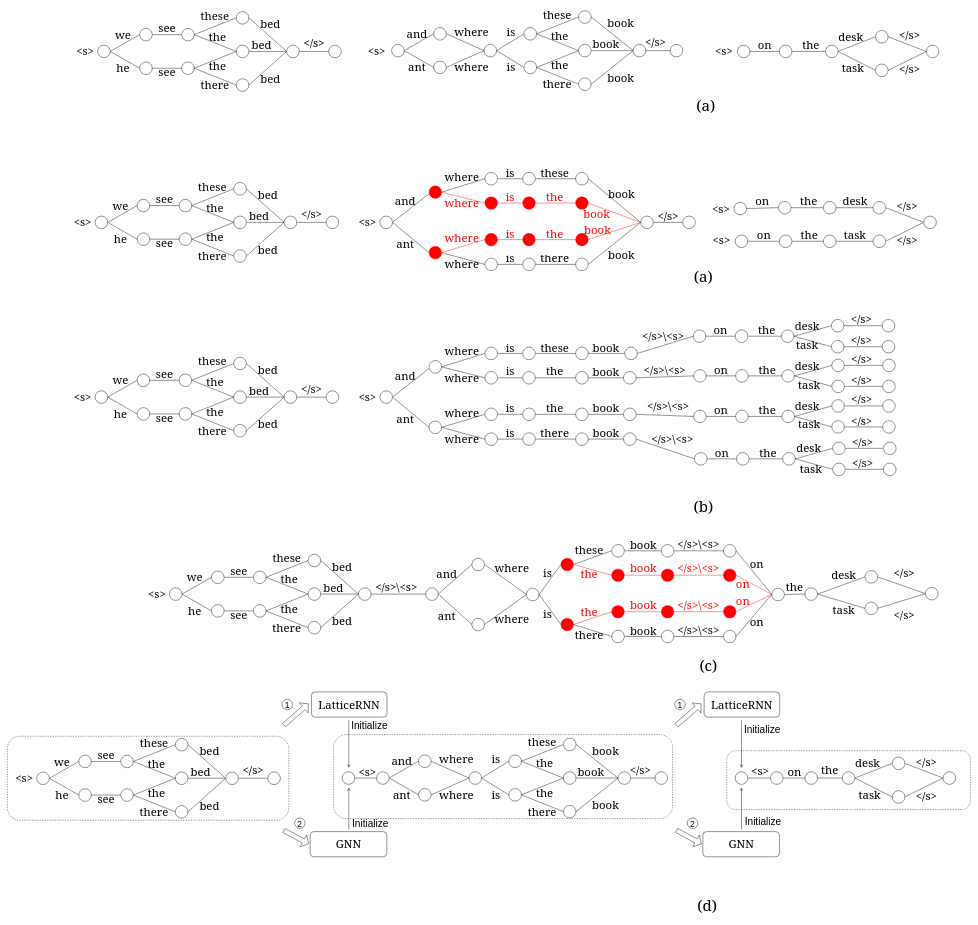
The draw.io diagram figures/Cross-Utterance LM based Lattice Rescoring.drawio in AmourWaltz/OtherProjects, before the edit. Source tidied: cells renumbered, new cells numbered last; positions are measured from the earlier drawing's top-left corner, leaving out a move shared by most shapes. Both pictures are drawn from the tidied source at 42%, with x=0, y=0 at pixel (7, 10).
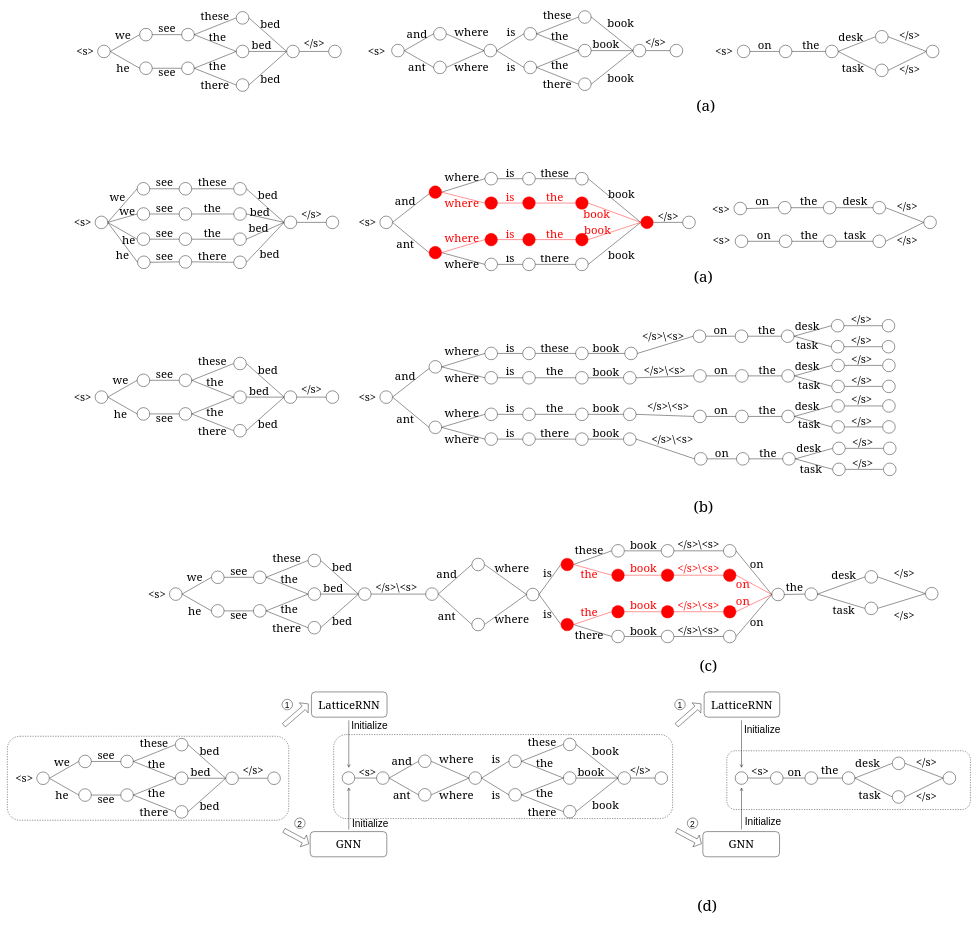
After the change.

The change refers to these unchanged cells:
```xml
<mxCell id="243" style="ellipse;whiteSpace=wrap;html=1;fontColor=#ffffff;strokeColor=#000000;fillColor=none;" parent="1" vertex="1">
  <mxGeometry x="409" y="529" width="30" height="30" as="geometry" />
</mxCell>
<mxCell id="252" style="ellipse;whiteSpace=wrap;html=1;" parent="1" vertex="1">
  <mxGeometry x="209" y="489" width="30" height="30" as="geometry" />
</mxCell>
<mxCell id="254" style="ellipse;whiteSpace=wrap;html=1;" parent="1" vertex="1">
  <mxGeometry x="659" y="489" width="30" height="30" as="geometry" />
</mxCell>
```

Change to the diagram source:
```diff
@@
-    <mxCell id="35" style="ellipse;whiteSpace=wrap;html=1;fillColor=none;" parent="1" vertex="1">
+    <mxCell id="35" style="ellipse;whiteSpace=wrap;html=1;fillColor=#FF0000;strokeColor=#FF0000;" parent="1" vertex="1">
       <mxGeometry x="1508" y="489" width="30" height="30" as="geometry" />
     </mxCell>
@@
     <mxCell id="237" style="ellipse;whiteSpace=wrap;html=1;fontColor=#ffffff;strokeColor=#000000;fillColor=none;" parent="1" vertex="1">
-      <mxGeometry x="309" y="449" width="30" height="30" as="geometry" />
+      <mxGeometry x="309" y="409" width="30" height="30" as="geometry" />
     </mxCell>
@@
-    <mxCell id="239" style="edgeStyle=none;rounded=0;jettySize=auto;html=1;exitX=1;exitY=0.5;exitDx=0;exitDy=0;entryX=0;entryY=0.5;entryDx=0;entryDy=0;endArrow=none;endFill=0;strokeColor=#000000;fillColor=#e51400;" parent="1" edge="1" source="240" target="247">
+    <mxCell id="239" style="edgeStyle=none;rounded=0;jettySize=auto;html=1;exitX=1;exitY=0.5;exitDx=0;exitDy=0;entryX=0;entryY=0.5;entryDx=0;entryDy=0;endArrow=none;endFill=0;strokeColor=#000000;fillColor=#e51400;" parent="1" edge="1" source="638" target="247">
       <mxGeometry relative="1" as="geometry" />
     </mxCell>
     <mxCell id="240" style="ellipse;whiteSpace=wrap;html=1;fontColor=#ffffff;strokeColor=#000000;fillColor=none;" parent="1" vertex="1">
-      <mxGeometry x="409" y="449" width="30" height="30" as="geometry" />
+      <mxGeometry x="409" y="409" width="30" height="30" as="geometry" />
     </mxCell>
-    <mxCell id="241" style="edgeStyle=none;rounded=0;jettySize=auto;html=1;exitX=1;exitY=0.5;exitDx=0;exitDy=0;endArrow=none;endFill=0;entryX=0;entryY=0.5;entryDx=0;entryDy=0;strokeColor=#000000;fillColor=#e51400;" parent="1" edge="1" source="243" target="247">
+    <mxCell id="241" style="edgeStyle=none;rounded=0;jettySize=auto;html=1;exitX=1;exitY=0.5;exitDx=0;exitDy=0;endArrow=none;endFill=0;entryX=0;entryY=0.5;entryDx=0;entryDy=0;strokeColor=#000000;fillColor=#e51400;" parent="1" edge="1" source="243" target="641">
       <mxGeometry relative="1" as="geometry" />
     </mxCell>
-    <mxCell id="242" style="edgeStyle=none;rounded=0;jettySize=auto;html=1;exitX=1;exitY=0.5;exitDx=0;exitDy=0;entryX=0;entryY=0.5;entryDx=0;entryDy=0;endArrow=none;endFill=0;" parent="1" edge="1" source="243" target="249">
+    <mxCell id="242" style="edgeStyle=none;rounded=0;jettySize=auto;html=1;exitX=1;exitY=0.5;exitDx=0;exitDy=0;entryX=0;entryY=0.5;entryDx=0;entryDy=0;endArrow=none;endFill=0;" parent="1" edge="1" source="642" target="249">
       <mxGeometry relative="1" as="geometry" />
     </mxCell>
@@
     <mxCell id="247" style="ellipse;whiteSpace=wrap;html=1;strokeColor=#000000;fillColor=none;fontColor=#ffffff;" parent="1" vertex="1">
-      <mxGeometry x="539" y="489" width="30" height="30" as="geometry" />
+      <mxGeometry x="539" y="469" width="30" height="30" as="geometry" />
     </mxCell>
@@
     <mxCell id="249" style="ellipse;whiteSpace=wrap;html=1;" parent="1" vertex="1">
-      <mxGeometry x="539" y="569" width="30" height="30" as="geometry" />
+      <mxGeometry x="539" y="584" width="30" height="30" as="geometry" />
     </mxCell>
@@
+    <mxCell id="630" style="edgeStyle=none;rounded=0;jettySize=auto;html=1;exitX=1;exitY=0.5;exitDx=0;exitDy=0;entryX=0;entryY=0.5;entryDx=0;entryDy=0;fontColor=#000000;endArrow=none;endFill=0;strokeColor=#000000;" parent="1" edge="1" source="252" target="633">
+      <mxGeometry relative="1" as="geometry" />
+    </mxCell>
+    <mxCell id="631" style="edgeStyle=none;rounded=0;jettySize=auto;html=1;exitX=1;exitY=0.5;exitDx=0;exitDy=0;entryX=0;entryY=0.5;entryDx=0;entryDy=0;fontColor=#000000;endArrow=none;endFill=0;strokeColor=#000000;" parent="1" edge="1" source="252" target="635">
+      <mxGeometry relative="1" as="geometry" />
+    </mxCell>
@@
     <mxCell id="258" value="&lt;font style=&quot;font-size: 27px&quot; face=&quot;Georgia&quot;&gt;we&lt;/font&gt;" style="text;html=1;align=center;verticalAlign=middle;strokeColor=none;fillColor=none;" parent="1" vertex="1">
-      <mxGeometry x="244" y="454" width="50" height="20" as="geometry" />
+      <mxGeometry x="237" y="434" width="50" height="20" as="geometry" />
     </mxCell>
     <mxCell id="259" value="&lt;font style=&quot;font-size: 27px&quot; face=&quot;Georgia&quot;&gt;he&lt;/font&gt;" style="text;html=1;align=center;verticalAlign=middle;strokeColor=none;fillColor=none;" parent="1" vertex="1">
-      <mxGeometry x="249" y="534" width="40" height="20" as="geometry" />
+      <mxGeometry x="254" y="571" width="40" height="20" as="geometry" />
     </mxCell>
     <mxCell id="260" value="&lt;font style=&quot;font-size: 27px&quot; face=&quot;Georgia&quot;&gt;see&lt;/font&gt;" style="text;html=1;align=center;verticalAlign=middle;strokeColor=none;fillColor=none;fontColor=#000000;" parent="1" vertex="1">
-      <mxGeometry x="349" y="439" width="50" height="20" as="geometry" />
+      <mxGeometry x="349" y="397" width="50" height="20" as="geometry" />
     </mxCell>
     <mxCell id="261" value="&lt;font style=&quot;font-size: 27px&quot; face=&quot;Georgia&quot;&gt;see&lt;/font&gt;" style="text;html=1;align=center;verticalAlign=middle;strokeColor=none;fillColor=none;fontColor=#000000;" parent="1" vertex="1">
-      <mxGeometry x="349" y="544" width="50" height="20" as="geometry" />
+      <mxGeometry x="349" y="519" width="50" height="20" as="geometry" />
     </mxCell>
     <mxCell id="262" value="&lt;font style=&quot;font-size: 27px&quot; face=&quot;Georgia&quot;&gt;the&lt;/font&gt;" style="text;html=1;align=center;verticalAlign=middle;strokeColor=none;fillColor=none;fontColor=#000000;" parent="1" vertex="1">
-      <mxGeometry x="469" y="529" width="50" height="20" as="geometry" />
+      <mxGeometry x="463" y="519" width="50" height="20" as="geometry" />
     </mxCell>
     <mxCell id="263" value="&lt;font style=&quot;font-size: 27px&quot; face=&quot;Georgia&quot;&gt;the&lt;/font&gt;" style="text;html=1;align=center;verticalAlign=middle;strokeColor=none;fillColor=none;fontColor=#000000;" parent="1" vertex="1">
-      <mxGeometry x="469" y="459" width="50" height="20" as="geometry" />
+      <mxGeometry x="463" y="459" width="50" height="20" as="geometry" />
     </mxCell>
     <mxCell id="264" value="&lt;font style=&quot;font-size: 27px&quot; face=&quot;Georgia&quot;&gt;these&lt;/font&gt;" style="text;html=1;align=center;verticalAlign=middle;strokeColor=none;fillColor=none;" parent="1" vertex="1">
-      <mxGeometry x="448" y="409" width="80" height="20" as="geometry" />
+      <mxGeometry x="448" y="397" width="80" height="20" as="geometry" />
     </mxCell>
@@
     <mxCell id="267" value="&lt;font style=&quot;font-size: 27px&quot; face=&quot;Georgia&quot;&gt;bed&lt;/font&gt;" style="text;html=1;align=center;verticalAlign=middle;strokeColor=none;fillColor=none;" parent="1" vertex="1">
-      <mxGeometry x="569" y="479" width="60" height="20" as="geometry" />
+      <mxGeometry x="571" y="469" width="60" height="20" as="geometry" />
     </mxCell>
@@
     <mxCell id="269" value="&lt;font style=&quot;font-size: 27px&quot; face=&quot;Georgia&quot;&gt;bed&lt;/font&gt;" style="text;html=1;align=center;verticalAlign=middle;strokeColor=none;fillColor=none;" parent="1" vertex="1">
-      <mxGeometry x="590" y="559" width="60" height="20" as="geometry" />
+      <mxGeometry x="594" y="569" width="60" height="20" as="geometry" />
     </mxCell>
@@
+    <mxCell id="632" style="edgeStyle=none;rounded=0;jettySize=auto;html=1;exitX=1;exitY=0.5;exitDx=0;exitDy=0;entryX=0;entryY=0.5;entryDx=0;entryDy=0;fontColor=#000000;endArrow=none;endFill=0;strokeColor=#000000;" parent="1" edge="1" source="633" target="638">
+      <mxGeometry relative="1" as="geometry" />
+    </mxCell>
+    <mxCell id="633" style="ellipse;whiteSpace=wrap;html=1;fontColor=#ffffff;strokeColor=#000000;fillColor=none;" parent="1" vertex="1">
+      <mxGeometry x="309" y="469" width="30" height="30" as="geometry" />
+    </mxCell>
+    <mxCell id="634" style="edgeStyle=none;rounded=0;jettySize=auto;html=1;exitX=1;exitY=0.5;exitDx=0;exitDy=0;entryX=0;entryY=0.5;entryDx=0;entryDy=0;fontColor=#000000;endArrow=none;endFill=0;strokeColor=#000000;" parent="1" edge="1" source="635" target="642">
+      <mxGeometry relative="1" as="geometry" />
+    </mxCell>
+    <mxCell id="635" style="ellipse;whiteSpace=wrap;html=1;fontColor=#ffffff;strokeColor=#000000;fillColor=none;" parent="1" vertex="1">
+      <mxGeometry x="310" y="584" width="30" height="30" as="geometry" />
+    </mxCell>
+    <mxCell id="636" value="&lt;font style=&quot;font-size: 27px&quot; face=&quot;Georgia&quot;&gt;we&lt;/font&gt;" style="text;html=1;align=center;verticalAlign=middle;strokeColor=none;fillColor=none;" parent="1" vertex="1">
+      <mxGeometry x="260" y="466" width="50" height="20" as="geometry" />
+    </mxCell>
+    <mxCell id="637" value="&lt;font style=&quot;font-size: 27px&quot; face=&quot;Georgia&quot;&gt;he&lt;/font&gt;" style="text;html=1;align=center;verticalAlign=middle;strokeColor=none;fillColor=none;" parent="1" vertex="1">
+      <mxGeometry x="269" y="536" width="40" height="20" as="geometry" />
+    </mxCell>
+    <mxCell id="638" style="ellipse;whiteSpace=wrap;html=1;fontColor=#ffffff;strokeColor=#000000;fillColor=none;" parent="1" vertex="1">
+      <mxGeometry x="409" y="469" width="30" height="30" as="geometry" />
+    </mxCell>
+    <mxCell id="639" value="&lt;font style=&quot;font-size: 27px&quot; face=&quot;Georgia&quot;&gt;see&lt;/font&gt;" style="text;html=1;align=center;verticalAlign=middle;strokeColor=none;fillColor=none;fontColor=#000000;" parent="1" vertex="1">
+      <mxGeometry x="349" y="459" width="50" height="20" as="geometry" />
+    </mxCell>
+    <mxCell id="640" style="edgeStyle=none;rounded=0;jettySize=auto;html=1;exitX=1;exitY=0.5;exitDx=0;exitDy=0;entryX=0;entryY=0.5;entryDx=0;entryDy=0;fontColor=#000000;endArrow=none;endFill=0;strokeColor=#000000;" parent="1" edge="1" source="641" target="254">
+      <mxGeometry relative="1" as="geometry" />
+    </mxCell>
+    <mxCell id="641" style="ellipse;whiteSpace=wrap;html=1;strokeColor=#000000;fillColor=none;fontColor=#ffffff;" parent="1" vertex="1">
+      <mxGeometry x="539" y="529" width="30" height="30" as="geometry" />
+    </mxCell>
+    <mxCell id="642" style="ellipse;whiteSpace=wrap;html=1;fontColor=#ffffff;strokeColor=#000000;fillColor=none;" parent="1" vertex="1">
+      <mxGeometry x="409" y="583" width="30" height="30" as="geometry" />
+    </mxCell>
+    <mxCell id="643" value="&lt;font style=&quot;font-size: 27px&quot; face=&quot;Georgia&quot;&gt;see&lt;/font&gt;" style="text;html=1;align=center;verticalAlign=middle;strokeColor=none;fillColor=none;fontColor=#000000;" parent="1" vertex="1">
+      <mxGeometry x="349" y="574" width="50" height="20" as="geometry" />
+    </mxCell>
+    <mxCell id="644" value="&lt;font style=&quot;font-size: 27px&quot; face=&quot;Georgia&quot;&gt;bed&lt;/font&gt;" style="text;html=1;align=center;verticalAlign=middle;strokeColor=none;fillColor=none;" parent="1" vertex="1">
+      <mxGeometry x="568" y="508" width="60" height="20" as="geometry" />
+    </mxCell>
```
